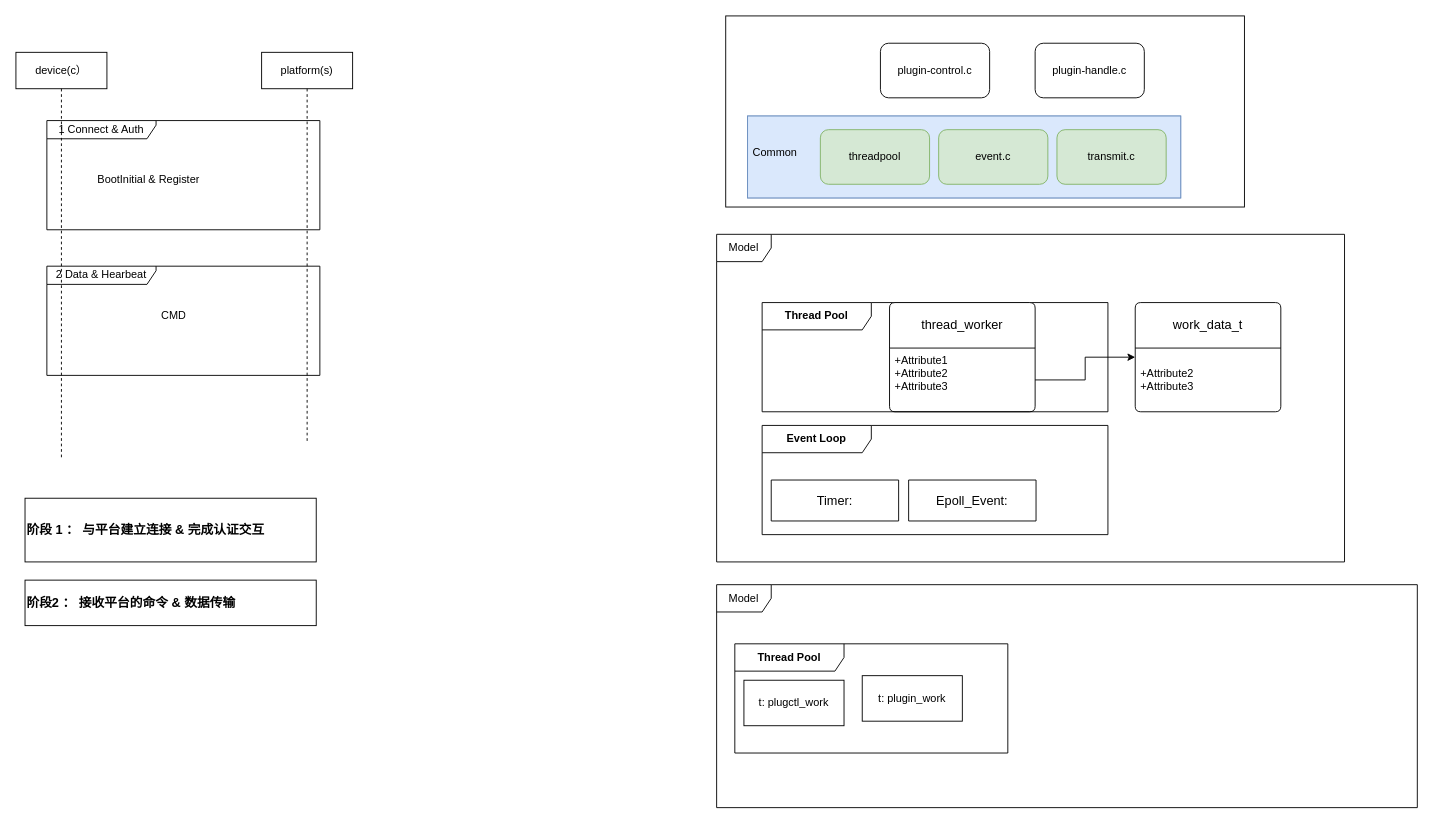
Before: page "sequence" (1 of 3) of gw-mtk/mobile_manager.drawio in waterwatermelon/graph, a draw.io diagram. Source tidied: cells renumbered, new cells numbered last; positions are measured from the earlier drawing's top-left corner, leaving out a move shared by most shapes. Both pictures are drawn from the tidied source at 91%, with x=0, y=0 at pixel (15, 15).
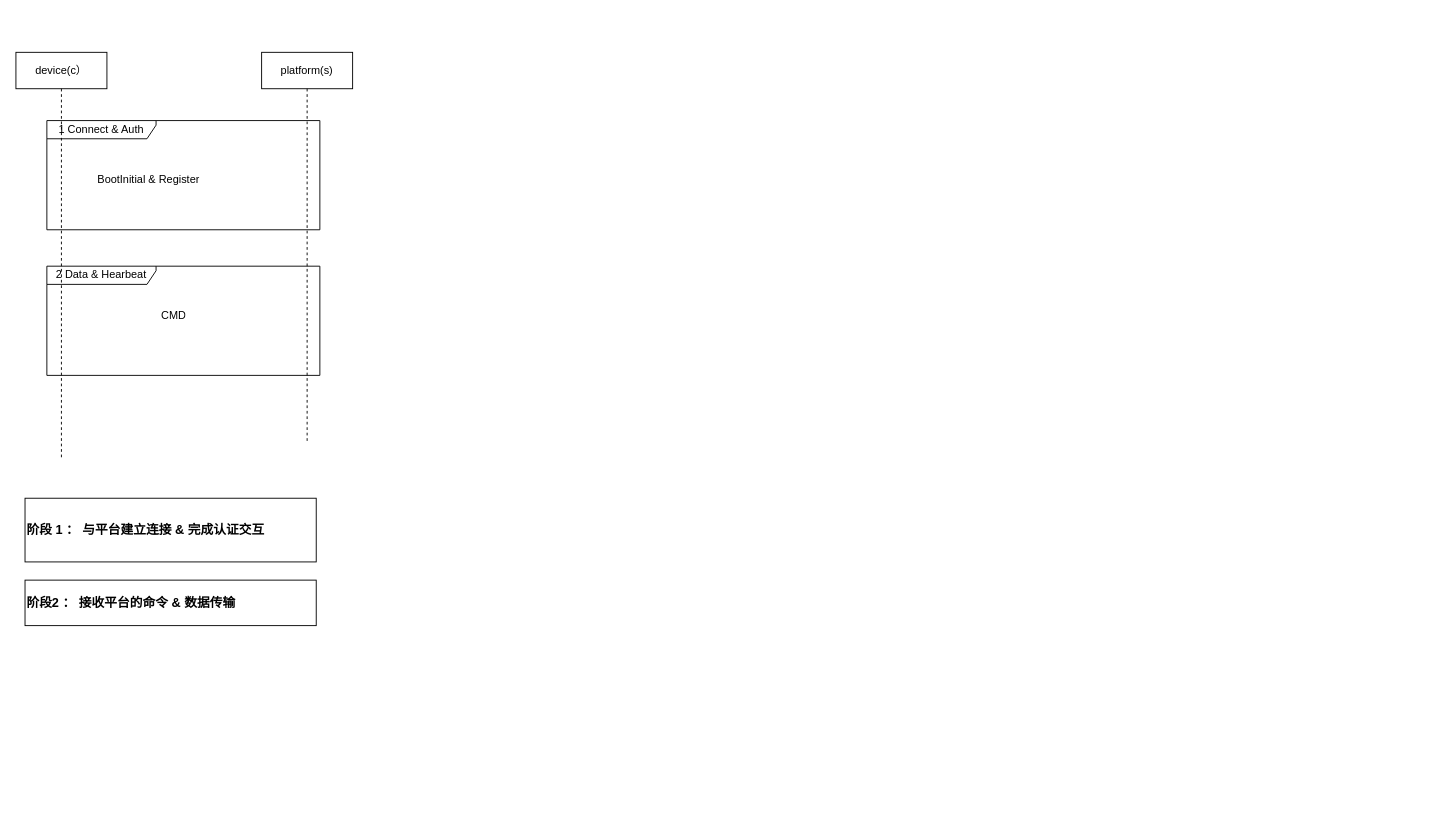
The same page after the edit.

Change to the diagram source:
```diff
@@
-    <mxCell id="10" value="&lt;font style=&quot;font-size: 12px;&quot;&gt;&lt;b&gt;Thread Pool&lt;/b&gt;&lt;/font&gt;" style="shape=umlFrame;whiteSpace=wrap;html=1;width=120;height=30;" parent="1" vertex="1">
-      <mxGeometry x="820" y="315" width="380" height="120" as="geometry" />
-    </mxCell>
-    <mxCell id="11" value="thread_worker" style="swimlane;horizontal=1;startSize=50;rounded=1;fontSize=14;fontStyle=0;strokeWidth=1;shadow=0;dashed=0;align=center;arcSize=4;whiteSpace=wrap;html=1;" parent="1" vertex="1">
-      <mxGeometry x="960" y="315" width="160" height="120" as="geometry" />
-    </mxCell>
-    <mxCell id="12" value="+Attribute1&#10;+Attribute2&#10;+Attribute3" style="align=left;strokeColor=none;fillColor=none;spacingLeft=4;fontSize=12;verticalAlign=top;html=1;" parent="11" vertex="1">
-      <mxGeometry y="50" width="160" height="70" as="geometry" />
-    </mxCell>
-    <mxCell id="13" style="rounded=0;whiteSpace=wrap;html=1;" parent="1" vertex="1">
-      <mxGeometry x="780" width="570" height="210" as="geometry" />
-    </mxCell>
-    <mxCell id="14" value="plugin-control.c" style="rounded=1;whiteSpace=wrap;html=1;" parent="1" vertex="1">
-      <mxGeometry x="950" y="30" width="120" height="60" as="geometry" />
-    </mxCell>
-    <mxCell id="15" value="plugin-handle.c" style="rounded=1;whiteSpace=wrap;html=1;" parent="1" vertex="1">
-      <mxGeometry x="1120" y="30" width="120" height="60" as="geometry" />
-    </mxCell>
-    <mxCell id="16" style="group;fillColor=#dae8fc;strokeColor=#6c8ebf;" parent="1" vertex="1">
-      <mxGeometry x="804" y="110" width="476" height="90" as="geometry" />
-    </mxCell>
-    <mxCell id="17" style="rounded=0;whiteSpace=wrap;html=1;fillColor=#dae8fc;strokeColor=#6c8ebf;" parent="16" vertex="1">
-      <mxGeometry width="476" height="90" as="geometry" />
-    </mxCell>
-    <mxCell id="18" value="Common" style="text;strokeColor=none;fillColor=none;align=left;verticalAlign=middle;spacingLeft=4;spacingRight=4;overflow=hidden;whiteSpace=wrap;html=1;" parent="16" vertex="1">
-      <mxGeometry y="25" width="80" height="30" as="geometry" />
-    </mxCell>
-    <mxCell id="19" value="threadpool" style="rounded=1;whiteSpace=wrap;html=1;fillColor=#d5e8d4;strokeColor=#82b366;" parent="16" vertex="1">
-      <mxGeometry x="80" y="15" width="120" height="60" as="geometry" />
-    </mxCell>
-    <mxCell id="20" value="event.c" style="rounded=1;whiteSpace=wrap;html=1;fillColor=#d5e8d4;strokeColor=#82b366;" parent="16" vertex="1">
-      <mxGeometry x="210" y="15" width="120" height="60" as="geometry" />
-    </mxCell>
-    <mxCell id="21" value="transmit.c" style="rounded=1;whiteSpace=wrap;html=1;fillColor=#d5e8d4;strokeColor=#82b366;" parent="16" vertex="1">
-      <mxGeometry x="340" y="15" width="120" height="60" as="geometry" />
-    </mxCell>
@@
-    <mxCell id="24" value="work_data_t" style="swimlane;horizontal=1;startSize=50;rounded=1;fontSize=14;fontStyle=0;strokeWidth=1;shadow=0;dashed=0;align=center;arcSize=4;whiteSpace=wrap;html=1;" parent="1" vertex="1">
-      <mxGeometry x="1230" y="315" width="160" height="120" as="geometry" />
-    </mxCell>
-    <mxCell id="25" value="&lt;br&gt;+Attribute2&lt;br&gt;+Attribute3" style="align=left;strokeColor=none;fillColor=none;spacingLeft=4;fontSize=12;verticalAlign=top;html=1;" parent="24" vertex="1">
-      <mxGeometry y="50" width="160" height="70" as="geometry" />
-    </mxCell>
-    <mxCell id="26" value="Model" style="shape=umlFrame;whiteSpace=wrap;html=1;" parent="1" vertex="1">
-      <mxGeometry x="770" y="240" width="690" height="360" as="geometry" />
-    </mxCell>
-    <mxCell id="27" value="&lt;font style=&quot;font-size: 12px;&quot;&gt;&lt;b&gt;Event Loop&lt;/b&gt;&lt;/font&gt;" style="shape=umlFrame;whiteSpace=wrap;html=1;width=120;height=30;" parent="1" vertex="1">
-      <mxGeometry x="820" y="450" width="380" height="120" as="geometry" />
-    </mxCell>
-    <mxCell id="28" value="Timer:" style="swimlane;horizontal=1;startSize=50;rounded=1;fontSize=14;fontStyle=0;strokeWidth=1;shadow=0;dashed=0;align=center;arcSize=4;whiteSpace=wrap;html=1;" parent="1" vertex="1" collapsed="1">
-      <mxGeometry x="830" y="510" width="140" height="45" as="geometry" />
-    </mxCell>
-    <mxCell id="29" value="Epoll_Event:" style="swimlane;horizontal=1;startSize=50;rounded=1;fontSize=14;fontStyle=0;strokeWidth=1;shadow=0;dashed=0;align=center;arcSize=4;whiteSpace=wrap;html=1;" parent="1" vertex="1" collapsed="1">
-      <mxGeometry x="981" y="510" width="140" height="45" as="geometry" />
-    </mxCell>
-    <mxCell id="30" style="edgeStyle=orthogonalEdgeStyle;rounded=0;jettySize=auto;html=1;exitX=1;exitY=0.5;exitDx=0;exitDy=0;" parent="1" edge="1" source="12" target="24">
-      <mxGeometry relative="1" as="geometry" />
-    </mxCell>
-    <mxCell id="31" value="Model" style="shape=umlFrame;whiteSpace=wrap;html=1;" parent="1" vertex="1">
-      <mxGeometry x="770" y="625" width="770" height="245" as="geometry" />
-    </mxCell>
-    <mxCell id="32" value="&lt;font style=&quot;font-size: 12px;&quot;&gt;&lt;b&gt;Thread Pool&lt;/b&gt;&lt;/font&gt;" style="shape=umlFrame;whiteSpace=wrap;html=1;width=120;height=30;" parent="1" vertex="1">
-      <mxGeometry x="790" y="690" width="300" height="120" as="geometry" />
-    </mxCell>
-    <mxCell id="33" value="t:&amp;nbsp;plugctl_work" style="html=1;whiteSpace=wrap;" parent="1" vertex="1">
-      <mxGeometry x="800" y="730" width="110" height="50" as="geometry" />
-    </mxCell>
-    <mxCell id="34" value="t:&amp;nbsp;plugin_work" style="html=1;whiteSpace=wrap;" parent="1" vertex="1">
-      <mxGeometry x="930" y="725" width="110" height="50" as="geometry" />
-    </mxCell>
```
